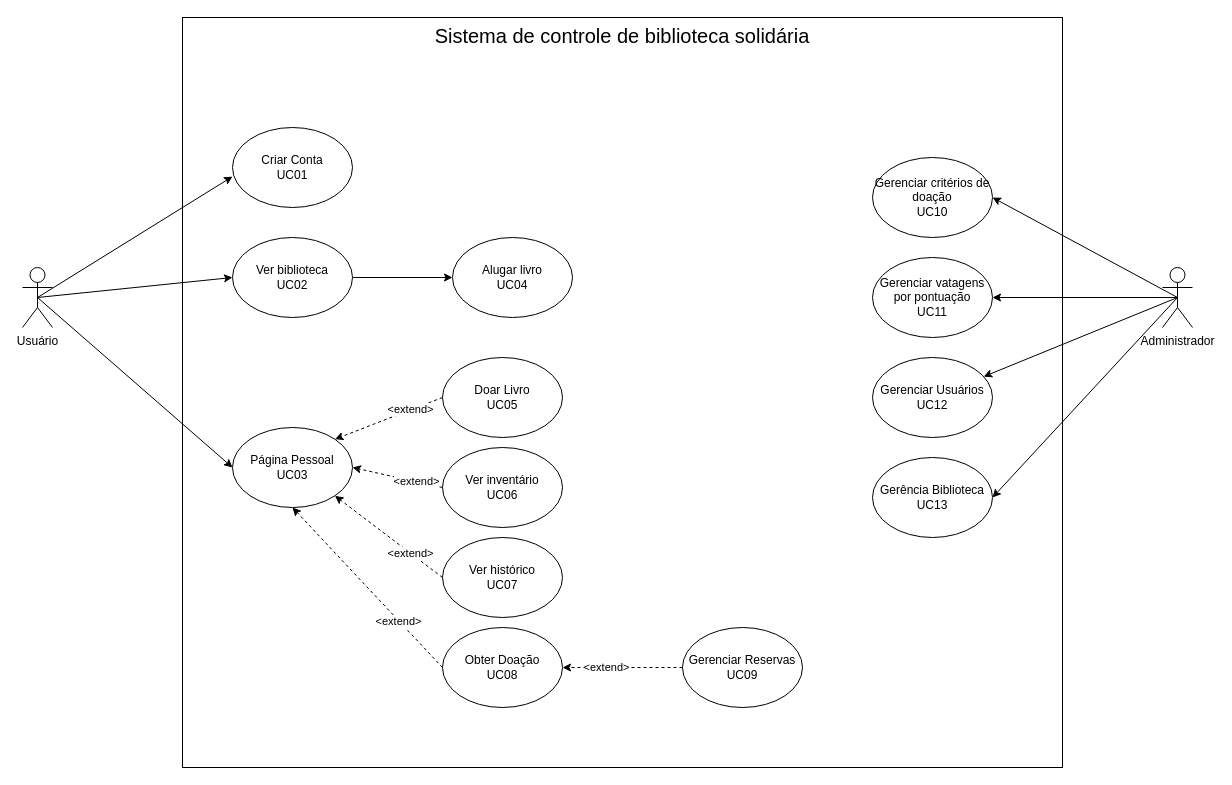
Above: Diagrama sem nome.drawio in lucaspercisi/UFFS (draw.io), before the change. Source tidied: cells renumbered, new cells numbered last; positions are measured from the earlier drawing's top-left corner, leaving out a move shared by most shapes. Both pictures are drawn from the tidied source at 100%, with x=0, y=0 at pixel (22, 17).
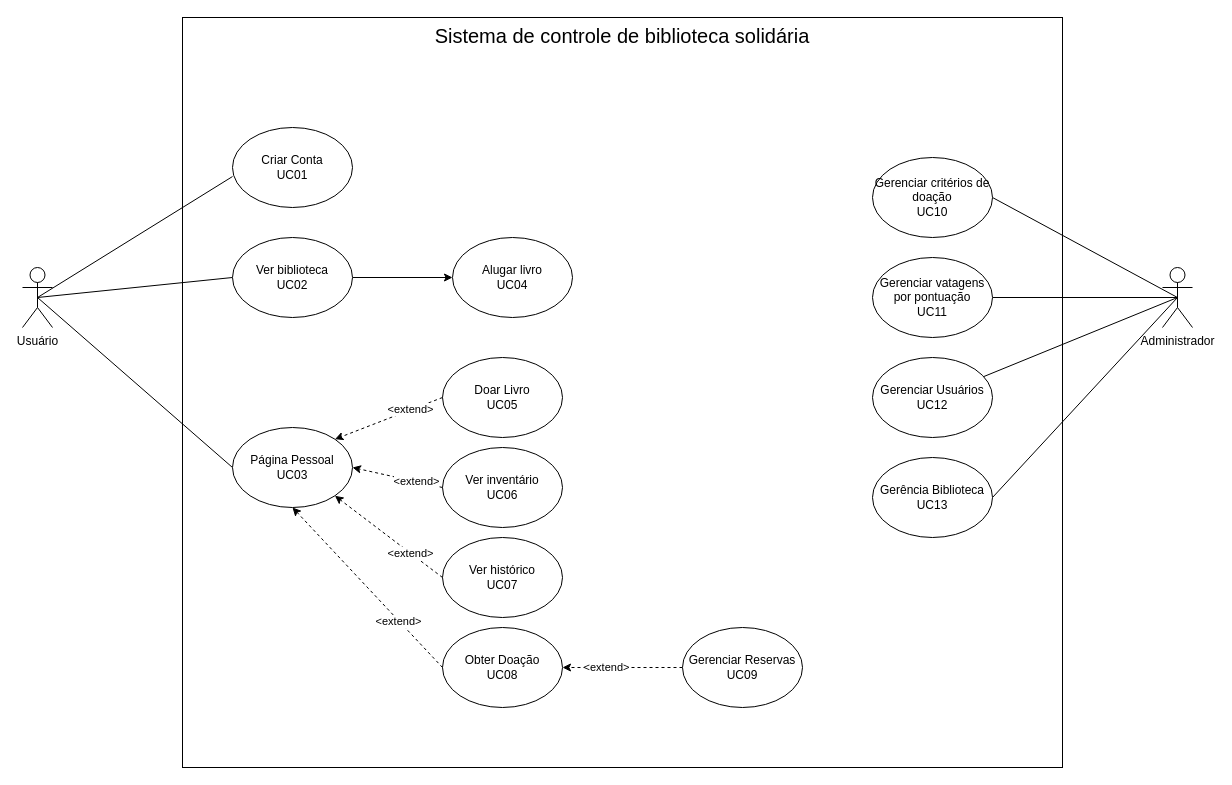
The same page after the edit.

The change refers to these unchanged cells:
```xml
<mxCell id="6" value="Usuário" style="shape=umlActor;verticalLabelPosition=bottom;verticalAlign=top;html=1;outlineConnect=0;" parent="1" vertex="1">
  <mxGeometry y="250" width="30" height="60" as="geometry" />
</mxCell>
<mxCell id="7" value="Criar Conta&lt;br&gt;UC01" style="ellipse;whiteSpace=wrap;html=1;" parent="1" vertex="1">
  <mxGeometry x="210" y="110" width="120" height="80" as="geometry" />
</mxCell>
<mxCell id="9" value="Ver biblioteca&lt;br&gt;UC02" style="ellipse;whiteSpace=wrap;html=1;" parent="1" vertex="1">
  <mxGeometry x="210" y="220" width="120" height="80" as="geometry" />
</mxCell>
<mxCell id="11" value="Página Pessoal&lt;br&gt;UC03" style="ellipse;whiteSpace=wrap;html=1;" parent="1" vertex="1">
  <mxGeometry x="210" y="410" width="120" height="80" as="geometry" />
</mxCell>
<mxCell id="24" value="Administrador" style="shape=umlActor;verticalLabelPosition=bottom;verticalAlign=top;html=1;outlineConnect=0;" parent="1" vertex="1">
  <mxGeometry x="1140" y="250" width="30" height="60" as="geometry" />
</mxCell>
<mxCell id="25" value="Gerência Biblioteca&lt;br&gt;UC13" style="ellipse;whiteSpace=wrap;html=1;" parent="1" vertex="1">
  <mxGeometry x="850" y="440" width="120" height="80" as="geometry" />
</mxCell>
<mxCell id="26" value="Gerenciar Usuários&lt;br&gt;UC12" style="ellipse;whiteSpace=wrap;html=1;" parent="1" vertex="1">
  <mxGeometry x="850" y="340" width="120" height="80" as="geometry" />
</mxCell>
<mxCell id="27" value="Gerenciar critérios de doação&lt;br&gt;UC10" style="ellipse;whiteSpace=wrap;html=1;" parent="1" vertex="1">
  <mxGeometry x="850" y="140" width="120" height="80" as="geometry" />
</mxCell>
<mxCell id="28" value="Gerenciar vatagens por pontuação&lt;br&gt;UC11" style="ellipse;whiteSpace=wrap;html=1;" parent="1" vertex="1">
  <mxGeometry x="850" y="240" width="120" height="80" as="geometry" />
</mxCell>
```

Change to the diagram source:
```diff
@@
-    <mxCell id="3" style="rounded=0;jettySize=auto;html=1;exitX=0.5;exitY=0.5;exitDx=0;exitDy=0;exitPerimeter=0;entryX=0;entryY=0.613;entryDx=0;entryDy=0;entryPerimeter=0;" parent="1" edge="1" source="6" target="7">
+    <mxCell id="3" style="rounded=0;jettySize=auto;html=1;exitX=0.5;exitY=0.5;exitDx=0;exitDy=0;exitPerimeter=0;entryX=0;entryY=0.613;entryDx=0;entryDy=0;entryPerimeter=0;endArrow=none;endFill=0;" parent="1" edge="1" source="6" target="7">
       <mxGeometry relative="1" as="geometry" />
     </mxCell>
-    <mxCell id="4" style="rounded=0;jettySize=auto;html=1;exitX=0.5;exitY=0.5;exitDx=0;exitDy=0;exitPerimeter=0;entryX=0;entryY=0.5;entryDx=0;entryDy=0;" parent="1" edge="1" source="6" target="9">
+    <mxCell id="4" style="rounded=0;jettySize=auto;html=1;exitX=0.5;exitY=0.5;exitDx=0;exitDy=0;exitPerimeter=0;entryX=0;entryY=0.5;entryDx=0;entryDy=0;endArrow=none;endFill=0;" parent="1" edge="1" source="6" target="9">
       <mxGeometry relative="1" as="geometry" />
     </mxCell>
-    <mxCell id="5" style="rounded=0;jettySize=auto;html=1;exitX=0.5;exitY=0.5;exitDx=0;exitDy=0;exitPerimeter=0;entryX=0;entryY=0.5;entryDx=0;entryDy=0;" parent="1" edge="1" source="6" target="11">
+    <mxCell id="5" style="rounded=0;jettySize=auto;html=1;exitX=0.5;exitY=0.5;exitDx=0;exitDy=0;exitPerimeter=0;entryX=0;entryY=0.5;entryDx=0;entryDy=0;endArrow=none;endFill=0;" parent="1" edge="1" source="6" target="11">
       <mxGeometry relative="1" as="geometry" />
     </mxCell>
@@
-    <mxCell id="20" style="rounded=0;jettySize=auto;html=1;exitX=0.5;exitY=0.5;exitDx=0;exitDy=0;exitPerimeter=0;endArrow=classic;endFill=1;" parent="1" edge="1" source="24" target="26">
+    <mxCell id="20" style="rounded=0;jettySize=auto;html=1;exitX=0.5;exitY=0.5;exitDx=0;exitDy=0;exitPerimeter=0;endArrow=none;endFill=0;" parent="1" edge="1" source="24" target="26">
       <mxGeometry relative="1" as="geometry" />
     </mxCell>
-    <mxCell id="21" style="rounded=0;jettySize=auto;html=1;exitX=0.5;exitY=0.5;exitDx=0;exitDy=0;exitPerimeter=0;entryX=1;entryY=0.5;entryDx=0;entryDy=0;endArrow=classic;endFill=1;" parent="1" edge="1" source="24" target="25">
+    <mxCell id="21" style="rounded=0;jettySize=auto;html=1;exitX=0.5;exitY=0.5;exitDx=0;exitDy=0;exitPerimeter=0;entryX=1;entryY=0.5;entryDx=0;entryDy=0;endArrow=none;endFill=0;" parent="1" edge="1" source="24" target="25">
       <mxGeometry relative="1" as="geometry" />
     </mxCell>
-    <mxCell id="22" style="rounded=0;jettySize=auto;html=1;exitX=0.5;exitY=0.5;exitDx=0;exitDy=0;exitPerimeter=0;entryX=1;entryY=0.5;entryDx=0;entryDy=0;" parent="1" edge="1" source="24" target="28">
+    <mxCell id="22" style="rounded=0;jettySize=auto;html=1;exitX=0.5;exitY=0.5;exitDx=0;exitDy=0;exitPerimeter=0;entryX=1;entryY=0.5;entryDx=0;entryDy=0;endArrow=none;endFill=0;" parent="1" edge="1" source="24" target="28">
       <mxGeometry relative="1" as="geometry" />
     </mxCell>
-    <mxCell id="23" style="rounded=0;jettySize=auto;html=1;exitX=0.5;exitY=0.5;exitDx=0;exitDy=0;exitPerimeter=0;entryX=1;entryY=0.5;entryDx=0;entryDy=0;" parent="1" edge="1" source="24" target="27">
+    <mxCell id="23" style="rounded=0;jettySize=auto;html=1;exitX=0.5;exitY=0.5;exitDx=0;exitDy=0;exitPerimeter=0;entryX=1;entryY=0.5;entryDx=0;entryDy=0;endArrow=none;endFill=0;" parent="1" edge="1" source="24" target="27">
       <mxGeometry relative="1" as="geometry" />
     </mxCell>
```
